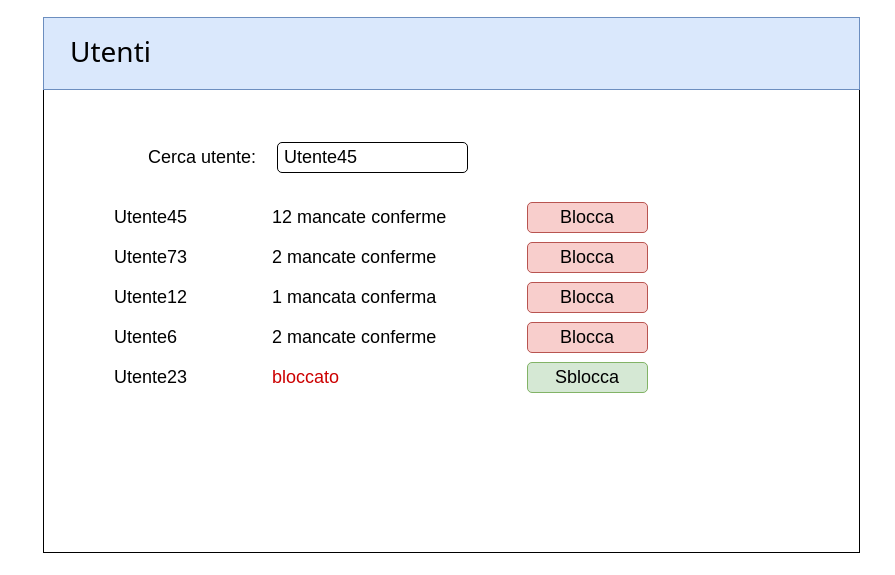
Before: page "Utenti" (5 of 5) of drawio/Interfacce/VisteFarmacia.drawio in lnwor/farmabyte-doc, a draw.io diagram. Source tidied: cells renumbered, new cells numbered last; positions are measured from the earlier drawing's top-left corner, leaving out a move shared by most shapes. Both pictures are drawn from the tidied source at 100%, with x=0, y=0 at pixel (43, 17).
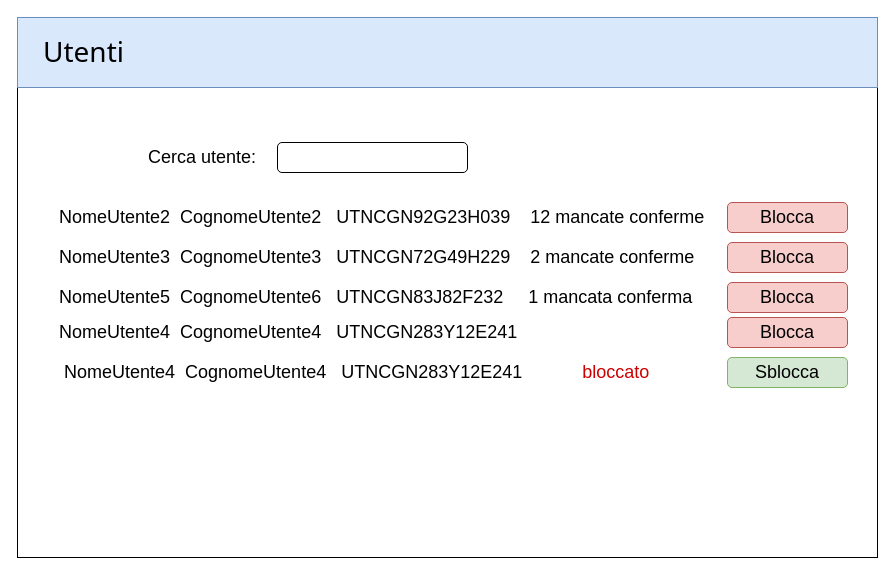
The same page after the edit.

What changed in the source:
```diff
@@
 <mxGraphModel>
   <root>
     <mxCell id="0" />
     <mxCell id="1" parent="0" />
     <mxCell id="2" value="&lt;br&gt;" style="rounded=0;whiteSpace=wrap;html=1;" parent="1" vertex="1">
-      <mxGeometry y="2" width="816" height="533" as="geometry" />
+      <mxGeometry x="-26" y="2" width="860" height="538" as="geometry" />
     </mxCell>
     <mxCell id="3" style="rounded=0;whiteSpace=wrap;html=1;fontSize=28;fillColor=#dae8fc;strokeColor=#6c8ebf;" parent="1" vertex="1">
-      <mxGeometry width="816" height="72" as="geometry" />
+      <mxGeometry x="-26" width="860" height="70" as="geometry" />
     </mxCell>
     <mxCell id="4" value="Utenti" style="text;strokeColor=none;fillColor=none;align=left;verticalAlign=top;spacingLeft=4;spacingRight=4;overflow=hidden;fontSize=28;fontFamily=Noto Sans;" parent="1" vertex="1">
-      <mxGeometry x="21" y="11" width="233" height="49" as="geometry" />
+      <mxGeometry x="-6" y="11" width="250" height="58" as="geometry" />
     </mxCell>
     <mxCell id="5" value="Cerca utente:" style="text;html=1;strokeColor=none;fillColor=none;align=center;verticalAlign=middle;whiteSpace=wrap;rounded=0;shadow=0;glass=0;sketch=0;fontSize=18;" parent="1" vertex="1">
       <mxGeometry x="84" y="130" width="150" height="20" as="geometry" />
     </mxCell>
-    <mxCell id="6" value="&amp;nbsp;Utente45" style="rounded=1;whiteSpace=wrap;html=1;shadow=0;glass=0;sketch=0;fontSize=18;align=left;" parent="1" vertex="1">
+    <mxCell id="6" style="rounded=1;whiteSpace=wrap;html=1;shadow=0;glass=0;sketch=0;fontSize=18;align=left;" parent="1" vertex="1">
       <mxGeometry x="234" y="125" width="190" height="30" as="geometry" />
     </mxCell>
-    <mxCell id="7" value="&amp;nbsp;Utente45&amp;nbsp; &amp;nbsp; &amp;nbsp; &amp;nbsp; &amp;nbsp; &amp;nbsp; &amp;nbsp; &amp;nbsp; &amp;nbsp;12 mancate conferme" style="text;html=1;strokeColor=none;fillColor=none;align=left;verticalAlign=middle;whiteSpace=wrap;rounded=0;shadow=0;glass=0;sketch=0;fontSize=18;" parent="1" vertex="1">
-      <mxGeometry x="64" y="180" width="410" height="40" as="geometry" />
+    <mxCell id="7" value="NomeUtente2&amp;nbsp; CognomeUtente2&amp;nbsp; &amp;nbsp;UTNCGN92G23H039&amp;nbsp; &amp;nbsp; 12 mancate conferme" style="text;html=1;strokeColor=none;fillColor=none;align=left;verticalAlign=middle;whiteSpace=wrap;rounded=0;shadow=0;glass=0;sketch=0;fontSize=18;" parent="1" vertex="1">
+      <mxGeometry x="14" y="180" width="750" height="40" as="geometry" />
     </mxCell>
     <mxCell id="8" value="Blocca" style="rounded=1;whiteSpace=wrap;html=1;shadow=0;glass=0;sketch=0;fontSize=18;fillColor=#f8cecc;strokeColor=#b85450;" parent="1" vertex="1">
-      <mxGeometry x="484" y="185" width="120" height="30" as="geometry" />
+      <mxGeometry x="684" y="185" width="120" height="30" as="geometry" />
     </mxCell>
-    <mxCell id="9" value="&amp;nbsp;Utente73&amp;nbsp; &amp;nbsp; &amp;nbsp; &amp;nbsp; &amp;nbsp; &amp;nbsp; &amp;nbsp; &amp;nbsp; &amp;nbsp;2 mancate conferme" style="text;html=1;strokeColor=none;fillColor=none;align=left;verticalAlign=middle;whiteSpace=wrap;rounded=0;shadow=0;glass=0;sketch=0;fontSize=18;" parent="1" vertex="1">
-      <mxGeometry x="64" y="220" width="410" height="40" as="geometry" />
-    </mxCell>
-    <mxCell id="10" value="&amp;nbsp;Utente12&amp;nbsp; &amp;nbsp; &amp;nbsp; &amp;nbsp; &amp;nbsp; &amp;nbsp; &amp;nbsp; &amp;nbsp; &amp;nbsp;1 mancata conferma" style="text;html=1;strokeColor=none;fillColor=none;align=left;verticalAlign=middle;whiteSpace=wrap;rounded=0;shadow=0;glass=0;sketch=0;fontSize=18;" parent="1" vertex="1">
-      <mxGeometry x="64" y="260" width="410" height="40" as="geometry" />
-    </mxCell>
-    <mxCell id="11" value="&amp;nbsp;Utente6&amp;nbsp; &amp;nbsp; &amp;nbsp; &amp;nbsp; &amp;nbsp; &amp;nbsp; &amp;nbsp; &amp;nbsp; &amp;nbsp; &amp;nbsp;2&amp;nbsp;mancate conferme" style="text;html=1;strokeColor=none;fillColor=none;align=left;verticalAlign=middle;whiteSpace=wrap;rounded=0;shadow=0;glass=0;sketch=0;fontSize=18;" parent="1" vertex="1">
-      <mxGeometry x="64" y="300" width="410" height="40" as="geometry" />
-    </mxCell>
     <mxCell id="12" value="Blocca" style="rounded=1;whiteSpace=wrap;html=1;shadow=0;glass=0;sketch=0;fontSize=18;fillColor=#f8cecc;strokeColor=#b85450;" parent="1" vertex="1">
-      <mxGeometry x="484" y="225" width="120" height="30" as="geometry" />
+      <mxGeometry x="684" y="225" width="120" height="30" as="geometry" />
     </mxCell>
     <mxCell id="13" value="Blocca" style="rounded=1;whiteSpace=wrap;html=1;shadow=0;glass=0;sketch=0;fontSize=18;fillColor=#f8cecc;strokeColor=#b85450;" parent="1" vertex="1">
-      <mxGeometry x="484" y="265" width="120" height="30" as="geometry" />
+      <mxGeometry x="684" y="265" width="120" height="30" as="geometry" />
     </mxCell>
     <mxCell id="14" value="Blocca" style="rounded=1;whiteSpace=wrap;html=1;shadow=0;glass=0;sketch=0;fontSize=18;fillColor=#f8cecc;strokeColor=#b85450;" parent="1" vertex="1">
-      <mxGeometry x="484" y="305" width="120" height="30" as="geometry" />
+      <mxGeometry x="684" y="300" width="120" height="30" as="geometry" />
     </mxCell>
-    <mxCell id="15" value="&amp;nbsp;Utente23&amp;nbsp; &amp;nbsp; &amp;nbsp; &amp;nbsp; &amp;nbsp; &amp;nbsp; &amp;nbsp; &amp;nbsp; &amp;nbsp;&lt;font color=&quot;#cc0000&quot;&gt;bloccato&lt;/font&gt;" style="text;html=1;strokeColor=none;fillColor=none;align=left;verticalAlign=middle;whiteSpace=wrap;rounded=0;shadow=0;glass=0;sketch=0;fontSize=18;" parent="1" vertex="1">
-      <mxGeometry x="64" y="340" width="410" height="40" as="geometry" />
+    <mxCell id="15" value="&amp;nbsp;NomeUtente4&amp;nbsp; CognomeUtente4&amp;nbsp; &amp;nbsp;UTNCGN283Y12E241&amp;nbsp; &amp;nbsp; &amp;nbsp; &amp;nbsp; &amp;nbsp; &amp;nbsp;&amp;nbsp;&lt;font color=&quot;#cc0000&quot;&gt;bloccato&lt;/font&gt;" style="text;html=1;strokeColor=none;fillColor=none;align=left;verticalAlign=middle;whiteSpace=wrap;rounded=0;shadow=0;glass=0;sketch=0;fontSize=18;" parent="1" vertex="1">
+      <mxGeometry x="14" y="335" width="660" height="40" as="geometry" />
     </mxCell>
     <mxCell id="16" value="Sblocca" style="rounded=1;whiteSpace=wrap;html=1;shadow=0;glass=0;sketch=0;fontSize=18;fillColor=#d5e8d4;strokeColor=#82b366;" parent="1" vertex="1">
-      <mxGeometry x="484" y="345" width="120" height="30" as="geometry" />
+      <mxGeometry x="684" y="340" width="120" height="30" as="geometry" />
     </mxCell>
+    <mxCell id="17" value="NomeUtente3&amp;nbsp; CognomeUtente3&amp;nbsp; &amp;nbsp;UTNCGN72G49H229&amp;nbsp; &amp;nbsp; 2 mancate conferme" style="text;html=1;strokeColor=none;fillColor=none;align=left;verticalAlign=middle;whiteSpace=wrap;rounded=0;shadow=0;glass=0;sketch=0;fontSize=18;" parent="1" vertex="1">
+      <mxGeometry x="14" y="220" width="750" height="40" as="geometry" />
+    </mxCell>
+    <mxCell id="18" value="NomeUtente5&amp;nbsp; CognomeUtente6&amp;nbsp; &amp;nbsp;UTNCGN83J82F232&amp;nbsp; &amp;nbsp; &amp;nbsp;1 mancata conferma" style="text;html=1;strokeColor=none;fillColor=none;align=left;verticalAlign=middle;whiteSpace=wrap;rounded=0;shadow=0;glass=0;sketch=0;fontSize=18;" parent="1" vertex="1">
+      <mxGeometry x="14" y="260" width="750" height="40" as="geometry" />
+    </mxCell>
+    <mxCell id="19" value="NomeUtente4&amp;nbsp; CognomeUtente4&amp;nbsp; &amp;nbsp;UTNCGN283Y12E241" style="text;html=1;strokeColor=none;fillColor=none;align=left;verticalAlign=middle;whiteSpace=wrap;rounded=0;shadow=0;glass=0;sketch=0;fontSize=18;" parent="1" vertex="1">
+      <mxGeometry x="14" y="295" width="750" height="40" as="geometry" />
+    </mxCell>
   </root>
 </mxGraphModel>
```
